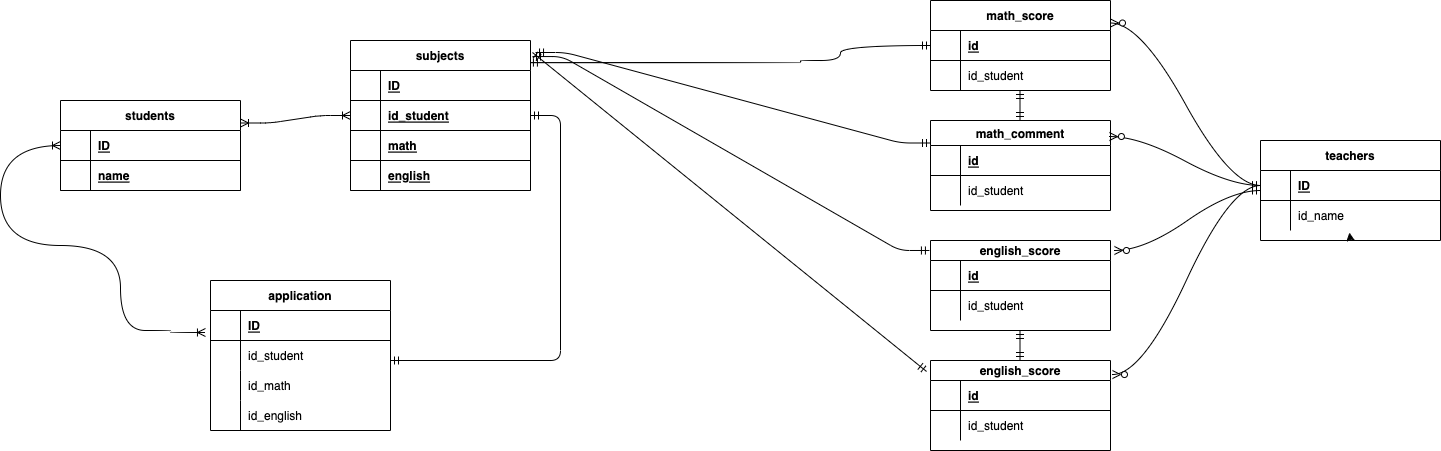
The draw.io diagram 20220603..drawio.png in PW-kazu/20220604shimizu, before a commit. Source tidied: cells renumbered, new cells last; positions are measured from the earlier drawing's top-left corner, leaving out a move shared by most shapes.
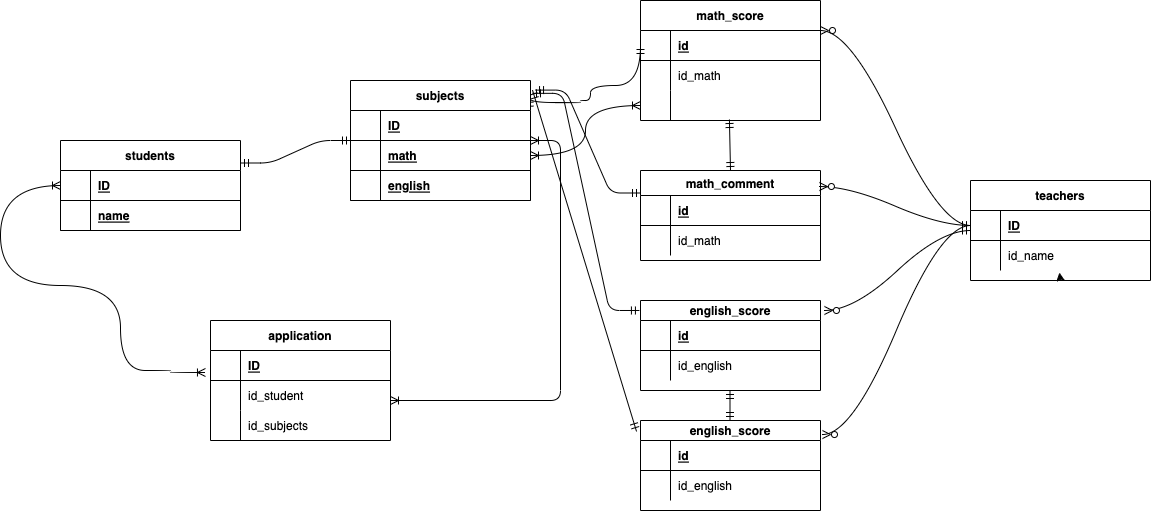
The same file after the commit.

Diff of the diagram source:
```diff
@@ -24,7 +24,7 @@
       <mxGeometry x="30" width="150" height="30" as="geometry" />
     </mxCell>
     <mxCell id="9" value="math_score" style="shape=table;startSize=30;rowLines=0;fontStyle=1;align=center;" parent="1" vertex="1">
-      <mxGeometry x="930" width="180" height="90" as="geometry" />
+      <mxGeometry x="640" y="-40" width="180" height="120" as="geometry" />
     </mxCell>
     <mxCell id="10" style="shape=partialRectangle;fillColor=none;top=0;left=0;bottom=1;right=0;points=[[0,0.5],[1,0.5]];portConstraint=eastwest;" parent="9" vertex="1">
       <mxGeometry y="30" width="180" height="30" as="geometry" />
@@ -41,11 +41,20 @@
     <mxCell id="14" style="shape=partialRectangle;fillColor=none;top=0;left=0;bottom=0;right=0;overflow=hidden;" parent="13" vertex="1">
       <mxGeometry width="30" height="30" as="geometry" />
     </mxCell>
-    <mxCell id="15" value="id_student" style="shape=partialRectangle;fillColor=none;top=0;left=0;bottom=0;right=0;align=left;spacingLeft=6;overflow=hidden;" parent="13" vertex="1">
+    <mxCell id="15" value="id_math" style="shape=partialRectangle;fillColor=none;top=0;left=0;bottom=0;right=0;align=left;spacingLeft=6;overflow=hidden;" parent="13" vertex="1">
       <mxGeometry x="30" width="150" height="30" as="geometry" />
     </mxCell>
+    <mxCell id="84" style="shape=partialRectangle;fillColor=none;top=0;left=0;bottom=0;right=0;points=[[0,0.5],[1,0.5]];portConstraint=eastwest;" parent="9" vertex="1">
+      <mxGeometry y="90" width="180" height="30" as="geometry" />
+    </mxCell>
+    <mxCell id="85" style="shape=partialRectangle;fillColor=none;top=0;left=0;bottom=0;right=0;overflow=hidden;" parent="84" vertex="1">
+      <mxGeometry width="30" height="30" as="geometry" />
+    </mxCell>
+    <mxCell id="86" style="shape=partialRectangle;fillColor=none;top=0;left=0;bottom=0;right=0;align=left;spacingLeft=6;overflow=hidden;" parent="84" vertex="1">
+      <mxGeometry x="30" width="150" height="30" as="geometry" />
+    </mxCell>
     <mxCell id="16" value="english_score" style="shape=table;startSize=20;rowLines=0;fontStyle=1;align=center;" parent="1" vertex="1">
-      <mxGeometry x="930" y="240" width="180" height="90" as="geometry" />
+      <mxGeometry x="640" y="260" width="180" height="90" as="geometry" />
     </mxCell>
     <mxCell id="17" style="shape=partialRectangle;fillColor=none;top=0;left=0;bottom=1;right=0;" parent="16" vertex="1">
       <mxGeometry y="20" width="180" height="30" as="geometry" />
@@ -62,11 +71,11 @@
     <mxCell id="21" style="shape=partialRectangle;fillColor=none;top=0;left=0;bottom=0;right=0;overflow=hidden;" parent="20" vertex="1">
       <mxGeometry width="30" height="30" as="geometry" />
     </mxCell>
-    <mxCell id="22" value="id_student" style="shape=partialRectangle;fillColor=none;top=0;left=0;bottom=0;right=0;align=left;spacingLeft=6;overflow=hidden;" parent="20" vertex="1">
+    <mxCell id="22" value="id_english" style="shape=partialRectangle;fillColor=none;top=0;left=0;bottom=0;right=0;align=left;spacingLeft=6;overflow=hidden;" parent="20" vertex="1">
       <mxGeometry x="30" width="150" height="30" as="geometry" />
     </mxCell>
     <mxCell id="23" value="math_comment" style="shape=table;startSize=25;rowLines=0;fontStyle=1;align=center;" parent="1" vertex="1">
-      <mxGeometry x="930" y="120" width="180" height="90" as="geometry" />
+      <mxGeometry x="640" y="130" width="180" height="90" as="geometry" />
     </mxCell>
     <mxCell id="24" style="shape=partialRectangle;fillColor=none;top=0;left=0;bottom=1;right=0;" parent="23" vertex="1">
       <mxGeometry y="25" width="180" height="30" as="geometry" />
@@ -83,11 +92,11 @@
     <mxCell id="28" style="shape=partialRectangle;fillColor=none;top=0;left=0;bottom=0;right=0;overflow=hidden;" parent="27" vertex="1">
       <mxGeometry width="30" height="30" as="geometry" />
     </mxCell>
-    <mxCell id="29" value="id_student" style="shape=partialRectangle;fillColor=none;top=0;left=0;bottom=0;right=0;align=left;spacingLeft=6;overflow=hidden;" parent="27" vertex="1">
+    <mxCell id="29" value="id_math" style="shape=partialRectangle;fillColor=none;top=0;left=0;bottom=0;right=0;align=left;spacingLeft=6;overflow=hidden;" parent="27" vertex="1">
       <mxGeometry x="30" width="150" height="30" as="geometry" />
     </mxCell>
     <mxCell id="30" value="english_score" style="shape=table;startSize=20;rowLines=0;fontStyle=1;align=center;" parent="1" vertex="1">
-      <mxGeometry x="930" y="360" width="180" height="90" as="geometry" />
+      <mxGeometry x="640" y="380" width="180" height="90" as="geometry" />
     </mxCell>
     <mxCell id="31" style="shape=partialRectangle;fillColor=none;top=0;left=0;bottom=1;right=0;" parent="30" vertex="1">
       <mxGeometry y="20" width="180" height="30" as="geometry" />
@@ -101,14 +110,14 @@
     <mxCell id="34" style="shape=partialRectangle;fillColor=none;top=0;left=0;bottom=0;right=0;" parent="30" vertex="1">
       <mxGeometry y="50" width="180" height="30" as="geometry" />
     </mxCell>
-    <mxCell id="35" style="shape=partialRectangle;fillColor=none;top=0;left=0;bottom=0;right=0;overflow=hidden;" parent="34" vertex="1">
-      <mxGeometry width="30" height="30" as="geometry" />
-    </mxCell>
-    <mxCell id="36" value="id_student" style="shape=partialRectangle;fillColor=none;top=0;left=0;bottom=0;right=0;align=left;spacingLeft=6;overflow=hidden;" parent="34" vertex="1">
-      <mxGeometry x="30" width="150" height="30" as="geometry" />
-    </mxCell>
+    <mxCell id="87" style="shape=partialRectangle;fillColor=none;top=0;left=0;bottom=0;right=0;overflow=hidden;" parent="34" vertex="1">
+      <mxGeometry width="30" height="30" as="geometry" />
+    </mxCell>
+    <mxCell id="63" value="id_english" style="shape=partialRectangle;fillColor=none;top=0;left=0;bottom=0;right=0;align=left;spacingLeft=6;overflow=hidden;" parent="34" vertex="1">
+      <mxGeometry x="30" width="150" height="30" as="geometry" />
+    </mxCell>
     <mxCell id="37" value="teachers" style="shape=table;startSize=30;rowLines=0;fontStyle=1;align=center;" parent="1" vertex="1">
-      <mxGeometry x="1260" y="140" width="180" height="100" as="geometry" />
+      <mxGeometry x="970" y="140" width="180" height="100" as="geometry" />
     </mxCell>
     <mxCell id="38" style="shape=partialRectangle;fillColor=none;top=0;left=0;bottom=1;right=0;points=[[0,0.5],[1,0.5]];portConstraint=eastwest;" parent="37" vertex="1">
       <mxGeometry y="30" width="180" height="30" as="geometry" />
@@ -137,10 +146,12 @@
     <mxCell id="46" style="edgeStyle=orthogonalEdgeStyle;fontSize=12;html=1;endArrow=ERmandOne;startArrow=ERmandOne;entryX=0;entryY=0.5;entryDx=0;entryDy=0;exitX=0.994;exitY=0.147;exitDx=0;exitDy=0;exitPerimeter=0;curved=1;" parent="1" edge="1" source="68" target="10">
       <mxGeometry relative="1" as="geometry">
         <Array as="points">
-          <mxPoint x="800" y="62" />
-          <mxPoint x="800" y="60" />
-          <mxPoint x="840" y="60" />
-          <mxPoint x="840" y="45" />
+          <mxPoint x="529" y="62" />
+          <mxPoint x="580" y="62" />
+          <mxPoint x="580" y="60" />
+          <mxPoint x="590" y="60" />
+          <mxPoint x="590" y="45" />
+          <mxPoint x="640" y="45" />
         </Array>
       </mxGeometry>
     </mxCell>
@@ -157,7 +168,7 @@
       <mxGeometry relative="1" as="geometry" />
     </mxCell>
     <mxCell id="51" value="application" style="shape=table;startSize=30;rowLines=0;fontStyle=1;align=center;" parent="1" vertex="1">
-      <mxGeometry x="210" y="280" width="180" height="150" as="geometry" />
+      <mxGeometry x="210" y="280" width="180" height="120" as="geometry" />
     </mxCell>
     <mxCell id="52" style="shape=partialRectangle;fillColor=none;top=0;left=0;bottom=1;right=0;points=[[0,0.5],[1,0.5]];portConstraint=eastwest;" parent="51" vertex="1">
       <mxGeometry y="30" width="180" height="30" as="geometry" />
@@ -183,18 +194,9 @@
     <mxCell id="59" style="shape=partialRectangle;fillColor=none;top=0;left=0;bottom=0;right=0;overflow=hidden;" parent="58" vertex="1">
       <mxGeometry width="30" height="30" as="geometry" />
     </mxCell>
-    <mxCell id="60" value="id_math" style="shape=partialRectangle;fillColor=none;top=0;left=0;bottom=0;right=0;align=left;spacingLeft=6;overflow=hidden;" parent="58" vertex="1">
+    <mxCell id="60" value="id_subjects" style="shape=partialRectangle;fillColor=none;top=0;left=0;bottom=0;right=0;align=left;spacingLeft=6;overflow=hidden;" parent="58" vertex="1">
       <mxGeometry x="30" width="150" height="30" as="geometry" />
     </mxCell>
-    <mxCell id="61" style="shape=partialRectangle;fillColor=none;top=0;left=0;bottom=0;right=0;" parent="51" vertex="1">
-      <mxGeometry y="120" width="180" height="30" as="geometry" />
-    </mxCell>
-    <mxCell id="62" style="shape=partialRectangle;fillColor=none;top=0;left=0;bottom=0;right=0;overflow=hidden;" parent="61" vertex="1">
-      <mxGeometry width="30" height="30" as="geometry" />
-    </mxCell>
-    <mxCell id="63" value="id_english" style="shape=partialRectangle;fillColor=none;top=0;left=0;bottom=0;right=0;align=left;spacingLeft=6;overflow=hidden;" parent="61" vertex="1">
-      <mxGeometry x="30" width="150" height="30" as="geometry" />
-    </mxCell>
     <mxCell id="64" style="edgeStyle=entityRelationEdgeStyle;fontSize=12;html=1;endArrow=ERzeroToMany;startArrow=ERmandOne;curved=1;exitX=0;exitY=0.5;exitDx=0;exitDy=0;entryX=0.994;entryY=0.178;entryDx=0;entryDy=0;entryPerimeter=0;" parent="1" edge="1" source="38" target="23">
       <mxGeometry relative="1" as="geometry" />
     </mxCell>
@@ -203,18 +205,15 @@
     </mxCell>
     <mxCell id="66" style="fontSize=12;html=1;endArrow=ERmandOne;startArrow=ERmandOne;exitX=1;exitY=0.25;exitDx=0;exitDy=0;" parent="1" edge="1">
       <mxGeometry relative="1" as="geometry">
-        <mxPoint x="1019.5" y="330" as="sourcePoint" />
-        <mxPoint x="1019.5" y="360" as="targetPoint" />
+        <mxPoint x="729.5" y="350" as="sourcePoint" />
+        <mxPoint x="729.5" y="380" as="targetPoint" />
       </mxGeometry>
     </mxCell>
-    <mxCell id="67" style="fontSize=12;html=1;endArrow=ERmandOne;startArrow=ERmandOne;exitX=1;exitY=0.25;exitDx=0;exitDy=0;" parent="1" edge="1">
-      <mxGeometry relative="1" as="geometry">
-        <mxPoint x="1019.5" y="90" as="sourcePoint" />
-        <mxPoint x="1019.5" y="120" as="targetPoint" />
-      </mxGeometry>
+    <mxCell id="67" style="fontSize=12;html=1;endArrow=ERmandOne;startArrow=ERmandOne;exitX=0.494;exitY=0.967;exitDx=0;exitDy=0;entryX=0.5;entryY=0;entryDx=0;entryDy=0;exitPerimeter=0;" parent="1" edge="1" source="84" target="23">
+      <mxGeometry relative="1" as="geometry" />
     </mxCell>
     <mxCell id="68" value="subjects" style="shape=table;startSize=30;rowLines=0;fontStyle=1;align=center;" parent="1" vertex="1">
-      <mxGeometry x="350" y="40" width="180" height="150" as="geometry" />
+      <mxGeometry x="350" y="40" width="180" height="120" as="geometry" />
     </mxCell>
     <mxCell id="69" style="shape=partialRectangle;fillColor=none;top=0;left=0;bottom=1;right=0;" parent="68" vertex="1">
       <mxGeometry y="30" width="180" height="30" as="geometry" />
@@ -225,17 +224,8 @@
     <mxCell id="71" value="ID" style="shape=partialRectangle;fillColor=none;top=0;left=0;bottom=0;right=0;align=left;spacingLeft=6;fontStyle=5;overflow=hidden;" parent="69" vertex="1">
       <mxGeometry x="30" width="150" height="30" as="geometry" />
     </mxCell>
-    <mxCell id="72" style="shape=partialRectangle;fillColor=none;top=0;left=0;bottom=1;right=0;" parent="68" vertex="1">
-      <mxGeometry y="60" width="180" height="30" as="geometry" />
-    </mxCell>
-    <mxCell id="73" style="shape=partialRectangle;fillColor=none;top=0;left=0;bottom=0;right=0;fontStyle=1;overflow=hidden;" parent="72" vertex="1">
-      <mxGeometry width="30" height="30" as="geometry" />
-    </mxCell>
-    <mxCell id="74" value="id_student" style="shape=partialRectangle;fillColor=none;top=0;left=0;bottom=0;right=0;align=left;spacingLeft=6;fontStyle=5;overflow=hidden;" parent="72" vertex="1">
-      <mxGeometry x="30" width="150" height="30" as="geometry" />
-    </mxCell>
     <mxCell id="75" style="shape=partialRectangle;fillColor=none;top=0;left=0;bottom=1;right=0;points=[[0,0.5],[1,0.5]];portConstraint=eastwest;" parent="68" vertex="1">
-      <mxGeometry y="90" width="180" height="30" as="geometry" />
+      <mxGeometry y="60" width="180" height="30" as="geometry" />
     </mxCell>
     <mxCell id="76" style="shape=partialRectangle;fillColor=none;top=0;left=0;bottom=0;right=0;fontStyle=1;overflow=hidden;" parent="75" vertex="1">
       <mxGeometry width="30" height="30" as="geometry" />
@@ -244,7 +234,7 @@
       <mxGeometry x="30" width="150" height="30" as="geometry" />
     </mxCell>
     <mxCell id="78" style="shape=partialRectangle;fillColor=none;top=0;left=0;bottom=1;right=0;" parent="68" vertex="1">
-      <mxGeometry y="120" width="180" height="30" as="geometry" />
+      <mxGeometry y="90" width="180" height="30" as="geometry" />
     </mxCell>
     <mxCell id="79" style="shape=partialRectangle;fillColor=none;top=0;left=0;bottom=0;right=0;fontStyle=1;overflow=hidden;" parent="78" vertex="1">
       <mxGeometry width="30" height="30" as="geometry" />
@@ -252,10 +242,10 @@
     <mxCell id="80" value="english" style="shape=partialRectangle;fillColor=none;top=0;left=0;bottom=0;right=0;align=left;spacingLeft=6;fontStyle=5;overflow=hidden;" parent="78" vertex="1">
       <mxGeometry x="30" width="150" height="30" as="geometry" />
     </mxCell>
-    <mxCell id="81" style="edgeStyle=entityRelationEdgeStyle;fontSize=12;html=1;endArrow=ERoneToMany;startArrow=ERoneToMany;exitX=1;exitY=0.25;exitDx=0;exitDy=0;" parent="1" edge="1" source="2" target="68">
+    <mxCell id="81" style="edgeStyle=entityRelationEdgeStyle;fontSize=12;html=1;endArrow=ERmandOne;startArrow=ERmandOne;exitX=1;exitY=0.25;exitDx=0;exitDy=0;startFill=0;endFill=0;" parent="1" edge="1" source="2" target="68">
       <mxGeometry relative="1" as="geometry" />
     </mxCell>
-    <mxCell id="82" style="edgeStyle=entityRelationEdgeStyle;fontSize=12;html=1;endArrow=ERmandOne;startArrow=ERmandOne;startFill=0;endFill=0;" parent="1" edge="1" target="68">
+    <mxCell id="82" style="edgeStyle=entityRelationEdgeStyle;fontSize=12;html=1;endArrow=ERoneToMany;startArrow=ERoneToMany;startFill=0;endFill=0;" parent="1" edge="1" target="68">
       <mxGeometry relative="1" as="geometry">
         <mxPoint x="390" y="360" as="sourcePoint" />
       </mxGeometry>
@@ -272,5 +262,8 @@
         </Array>
       </mxGeometry>
     </mxCell>
+    <mxCell id="88" style="edgeStyle=orthogonalEdgeStyle;curved=1;html=1;startArrow=ERoneToMany;startFill=0;endArrow=ERoneToMany;endFill=0;" parent="1" edge="1" source="84" target="75">
+      <mxGeometry relative="1" as="geometry" />
+    </mxCell>
   </root>
 </mxGraphModel>
```
